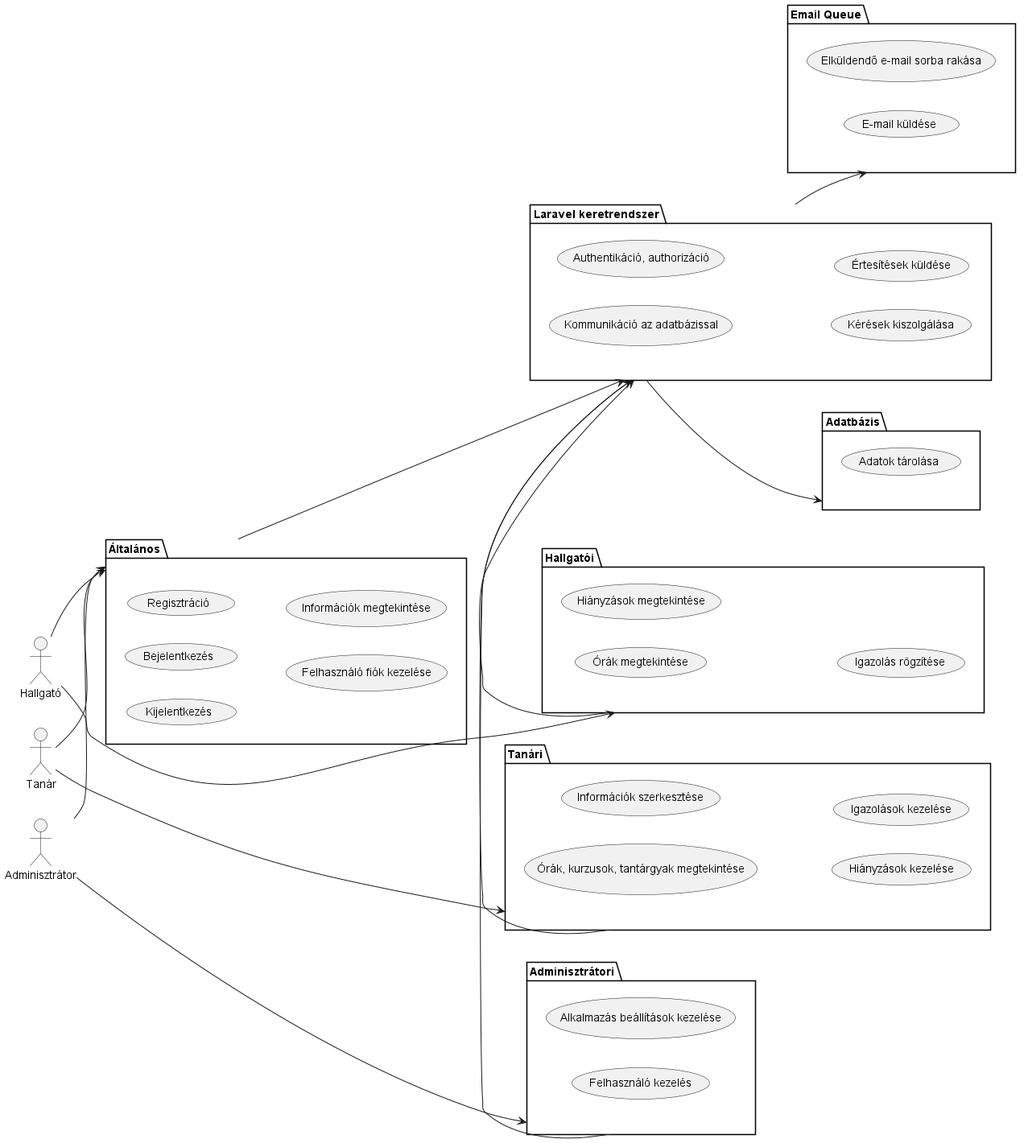
gyorkistamas/thesis keeps this PlantUML diagram as documents/plantuml/out/use_case/Use Case.png. Above is the earlier version.
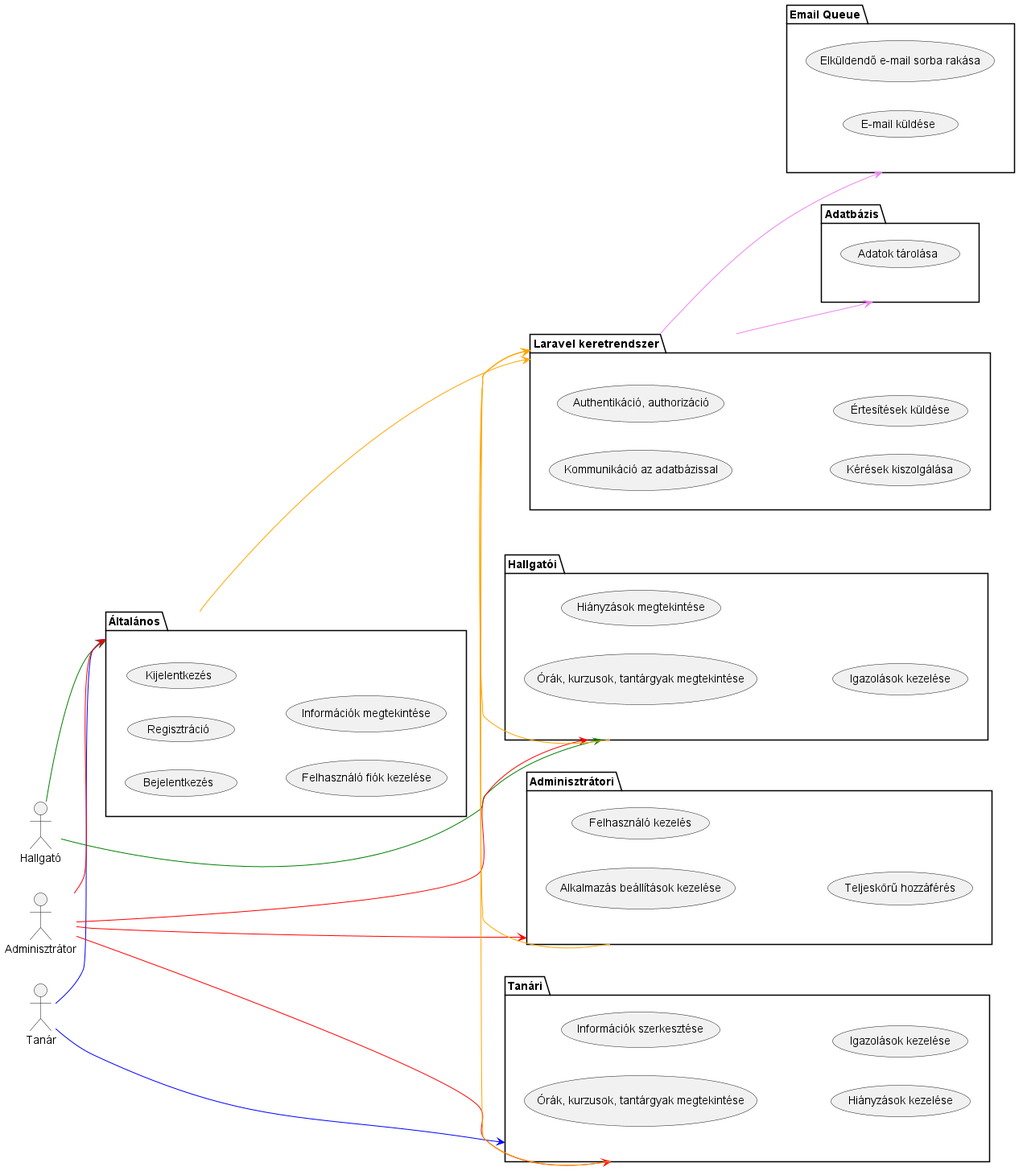
The same diagram one commit later.

Diff of the diagram source:
```diff
@@ -4,9 +4,9 @@
 skinparam Style strictuml
 
 together {
-	actor Hallgató as student
-	actor Tanár as teacher
-	actor Adminisztrátor as admin
+	actor "Hallgató" as student
+	actor "Tanár" as teacher
+	actor "Adminisztrátor" as admin
 }
 
 package Általános as general {
@@ -20,9 +20,9 @@
 
 together {
 	package "Hallgatói" as studentSystem {
-		usecase "Órák megtekintése" as viewClassesStudent
+		usecase "Órák, kurzusok, tantárgyak megtekintése" as viewClassesStudent
 		usecase "Hiányzások megtekintése" as viewAbsences
-		usecase "Igazolás rögzítése" as recordCert
+		usecase "Igazolások kezelése" as recordCert
 	}
 
 	package "Tanári" as teacherSystem {
@@ -35,39 +35,45 @@
 	package "Adminisztrátori" as adminSystem {
 		usecase "Alkalmazás beállítások kezelése" as changeSettings
 		usecase "Felhasználó kezelés" as userManage
+		usecase "Teljeskörű hozzáférés" as fullAccess
 	}
 }
 
-package "Laravel keretrendszer" as laravel {
-	usecase "Kommunikáció az adatbázissal" as dbComm
-	usecase "Authentikáció, authorizáció" as auth
-	usecase "Kérések kiszolgálása" as serveReq
-	usecase "Értesítések küldése" as sendNotif
+together {
+	package "Laravel keretrendszer" as laravel {
+		usecase "Kommunikáció az adatbázissal" as dbComm
+		usecase "Authentikáció, authorizáció" as auth
+		usecase "Kérések kiszolgálása" as serveReq
+		usecase "Értesítések küldése" as sendNotif
+	}
+
+	package Adatbázis as database {
+		usecase "Adatok tárolása" as storeData
+	}
+
+	package "Email Queue" as emailQueue {
+		usecase "Elküldendő e-mail sorba rakása" as queueEmail
+		usecase "E-mail küldése" as sendEmail
+	}
 }
 
-package Adatbázis as database {
-	usecase "Adatok tárolása" as storeData
-}
+student --> general #Green
+teacher --> general #Blue
+admin --> general #Red
 
-package "Email Queue" as emailQueue {
-	usecase "Elküldendő e-mail sorba rakása" as queueEmail
-	usecase "E-mail küldése" as sendEmail
-}
+student -> studentSystem #Green
+teacher -> teacherSystem #Blue
+admin -> adminSystem #Red
 
-student --> general
-teacher --> general
-admin --> general
+admin -> studentSystem #Red
+admin ->teacherSystem #Red
 
-student -> studentSystem
-teacher -> teacherSystem
-admin -> adminSystem
+general -> laravel #Orange
+studentSystem -> laravel #Orange
+teacherSystem -> laravel #Orange
+adminSystem -> laravel #Orange
 
-general -> laravel
-studentSystem -> laravel
-teacherSystem -> laravel
-adminSystem -> laravel
-
-laravel --> database
-laravel --> emailQueue
+laravel --> database #Violet
+laravel --> emailQueue #Violet
 
 @enduml
```
